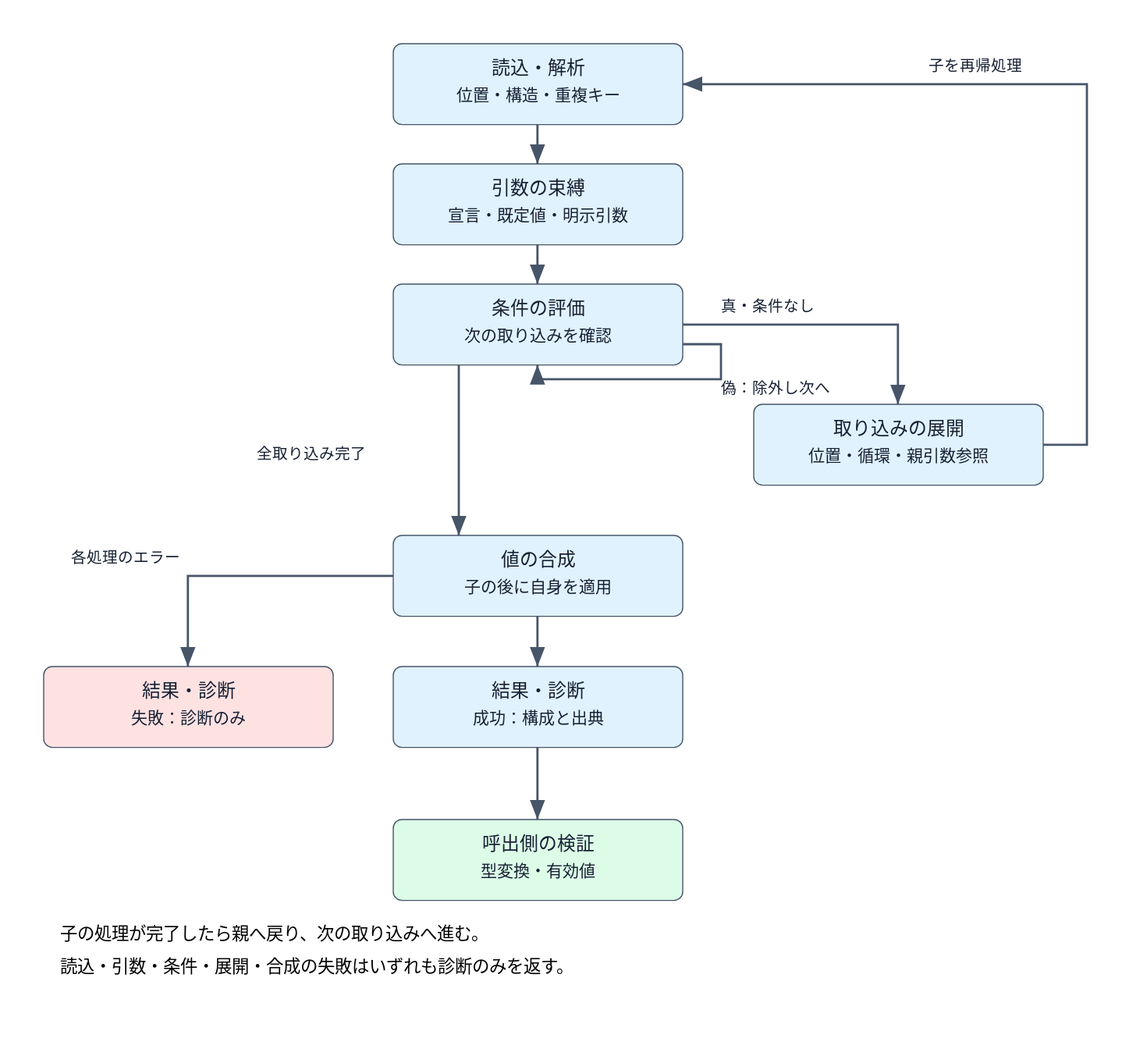
This is Configuration/Design/configuration-composition-flow.dio.svg from ibis-ssl/Duck, a draw.io export, as it was before one commit. Source tidied: cells renumbered, new cells last; positions are measured from the earlier drawing's top-left corner, leaving out a move shared by most shapes.
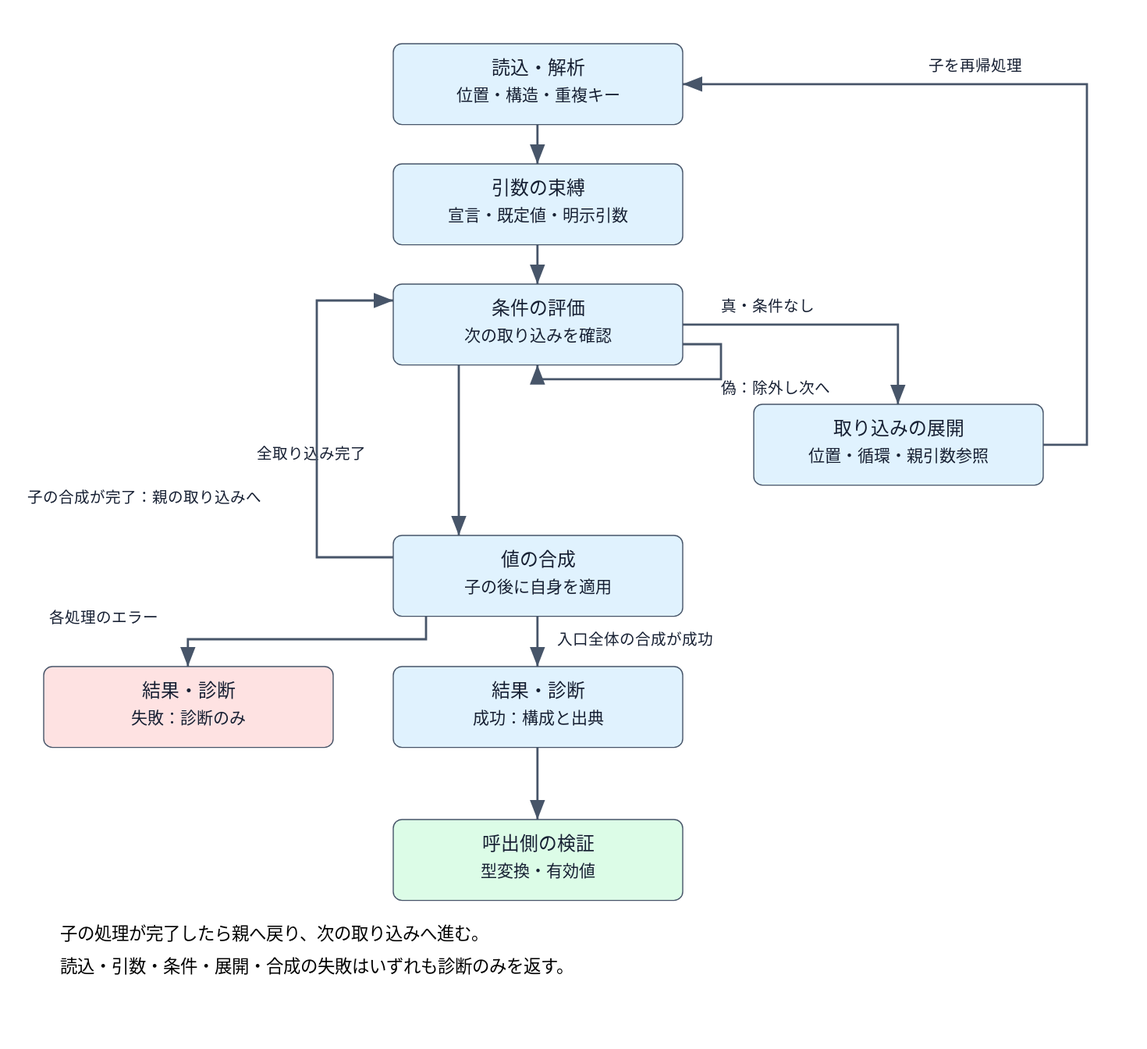
Above is the later version.

Commit message:
docs(configuration): 子の合成完了時の分岐を明示

子の合成完了から親の取り込みへ戻る矢印と、入口全体の成功時だけ結果を返す矢印を追加。SVG と埋め込みモデルの分岐を照合。

Diff of the diagram source:
```diff
@@ -26,20 +26,20 @@
     <mxCell id="9" value="呼出側の検証&#10;型変換・有効値" style="rounded=1;whiteSpace=wrap;html=0;fillColor=#dcfce7;strokeColor=#475569;" parent="1" vertex="1">
       <mxGeometry x="320" y="710" width="265" height="74" as="geometry" />
     </mxCell>
-    <mxCell id="10" style="edgeStyle=orthogonalEdgeStyle;rounded=0;html=0;endArrow=block;strokeColor=#475569;" parent="1" edge="1" source="2" target="3">
+    <mxCell id="10" style="edgeStyle=orthogonalEdgeStyle;rounded=0;html=0;endArrow=block;strokeColor=#475569;exitX=0.4981;exitY=1.0000;exitPerimeter=0;entryX=0.4981;entryY=0.0000;entryPerimeter=0;" parent="1" edge="1" source="2" target="3">
       <mxGeometry relative="1" as="geometry" />
     </mxCell>
-    <mxCell id="11" style="edgeStyle=orthogonalEdgeStyle;rounded=0;html=0;endArrow=block;strokeColor=#475569;" parent="1" edge="1" source="3" target="4">
+    <mxCell id="11" style="edgeStyle=orthogonalEdgeStyle;rounded=0;html=0;endArrow=block;strokeColor=#475569;exitX=0.4981;exitY=1.0000;exitPerimeter=0;entryX=0.4981;entryY=0.0000;entryPerimeter=0;" parent="1" edge="1" source="3" target="4">
       <mxGeometry relative="1" as="geometry" />
     </mxCell>
-    <mxCell id="12" value="真・条件なし" style="edgeStyle=orthogonalEdgeStyle;rounded=0;html=0;endArrow=block;strokeColor=#475569;" parent="1" edge="1" source="4" target="5">
+    <mxCell id="12" value="真・条件なし" style="edgeStyle=orthogonalEdgeStyle;rounded=0;html=0;endArrow=block;strokeColor=#475569;exitX=1.0000;exitY=0.5000;exitPerimeter=0;entryX=0.4981;entryY=0.0000;entryPerimeter=0;" parent="1" edge="1" source="4" target="5">
       <mxGeometry relative="1" as="geometry">
         <Array as="points">
           <mxPoint x="782" y="257" />
         </Array>
       </mxGeometry>
     </mxCell>
-    <mxCell id="13" value="子を再帰処理" style="edgeStyle=orthogonalEdgeStyle;rounded=0;html=0;endArrow=block;strokeColor=#475569;" parent="1" edge="1" source="5" target="2">
+    <mxCell id="13" value="子を再帰処理" style="edgeStyle=orthogonalEdgeStyle;rounded=0;html=0;endArrow=block;strokeColor=#475569;exitX=1.0000;exitY=0.5000;exitPerimeter=0;entryX=1.0000;entryY=0.5000;entryPerimeter=0;" parent="1" edge="1" source="5" target="2">
       <mxGeometry relative="1" as="geometry">
         <Array as="points">
           <mxPoint x="955" y="367" />
@@ -47,7 +47,7 @@
         </Array>
       </mxGeometry>
     </mxCell>
-    <mxCell id="14" value="偽：除外し次へ" style="edgeStyle=orthogonalEdgeStyle;rounded=0;html=0;endArrow=block;strokeColor=#475569;" parent="1" edge="1" source="4" target="4">
+    <mxCell id="14" value="偽：除外し次へ" style="edgeStyle=orthogonalEdgeStyle;rounded=0;html=0;endArrow=block;strokeColor=#475569;exitX=1.0000;exitY=0.7432;exitPerimeter=0;entryX=0.4981;entryY=1.0000;entryPerimeter=0;" parent="1" edge="1" source="4" target="4">
       <mxGeometry relative="1" as="geometry">
         <Array as="points">
           <mxPoint x="620" y="275" />
@@ -56,19 +56,28 @@
         </Array>
       </mxGeometry>
     </mxCell>
-    <mxCell id="15" value="全取り込み完了" style="edgeStyle=orthogonalEdgeStyle;rounded=0;html=0;endArrow=block;strokeColor=#475569;" parent="1" edge="1" source="4" target="6">
+    <mxCell id="15" value="全取り込み完了" style="edgeStyle=orthogonalEdgeStyle;rounded=0;html=0;endArrow=block;strokeColor=#475569;exitX=0.2264;exitY=1.0000;exitPerimeter=0;entryX=0.2264;entryY=0.0000;entryPerimeter=0;" parent="1" edge="1" source="4" target="6">
       <mxGeometry relative="1" as="geometry" />
     </mxCell>
-    <mxCell id="16" style="edgeStyle=orthogonalEdgeStyle;rounded=0;html=0;endArrow=block;strokeColor=#475569;" parent="1" edge="1" source="6" target="7">
+    <mxCell id="16" value="入口全体の合成が成功" style="edgeStyle=orthogonalEdgeStyle;rounded=0;html=0;endArrow=block;strokeColor=#475569;exitX=0.4981;exitY=1.0000;exitPerimeter=0;entryX=0.4981;entryY=0.0000;entryPerimeter=0;" parent="1" edge="1" source="6" target="7">
       <mxGeometry relative="1" as="geometry" />
     </mxCell>
+    <mxCell id="21" value="子の合成が完了：親の取り込みへ" style="edgeStyle=orthogonalEdgeStyle;rounded=0;html=0;endArrow=block;strokeColor=#475569;exitX=0.0000;exitY=0.2703;exitPerimeter=0;entryX=0.0000;entryY=0.2027;entryPerimeter=0;" parent="1" edge="1" source="6" target="4">
+      <mxGeometry relative="1" as="geometry">
+        <Array as="points">
+          <mxPoint x="250" y="470" />
+          <mxPoint x="250" y="235" />
+        </Array>
+      </mxGeometry>
+    </mxCell>
-    <mxCell id="17" style="edgeStyle=orthogonalEdgeStyle;rounded=0;html=0;endArrow=block;strokeColor=#475569;" parent="1" edge="1" source="7" target="9">
+    <mxCell id="17" style="edgeStyle=orthogonalEdgeStyle;rounded=0;html=0;endArrow=block;strokeColor=#475569;exitX=0.4981;exitY=1.0000;exitPerimeter=0;entryX=0.4981;entryY=0.0000;entryPerimeter=0;" parent="1" edge="1" source="7" target="9">
       <mxGeometry relative="1" as="geometry" />
     </mxCell>
-    <mxCell id="18" value="各処理のエラー" style="edgeStyle=orthogonalEdgeStyle;rounded=0;html=0;endArrow=block;strokeColor=#475569;" parent="1" edge="1" source="6" target="8">
+    <mxCell id="18" value="各処理のエラー" style="edgeStyle=orthogonalEdgeStyle;rounded=0;html=0;endArrow=block;strokeColor=#475569;exitX=0.1132;exitY=1.0000;exitPerimeter=0;entryX=0.4981;entryY=0.0000;entryPerimeter=0;" parent="1" edge="1" source="6" target="8">
       <mxGeometry relative="1" as="geometry">
         <Array as="points">
-          <mxPoint x="132" y="487" />
+          <mxPoint x="350" y="545" />
+          <mxPoint x="132" y="545" />
         </Array>
       </mxGeometry>
     </mxCell>
```
